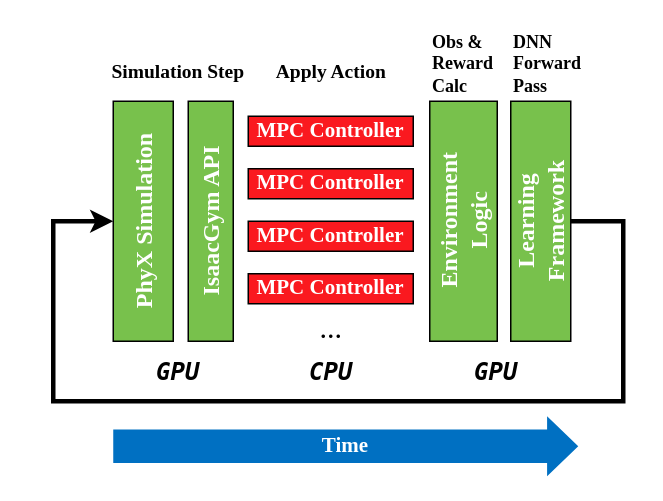
The draw.io diagram images/training_data_flow.drawio in silvery107/rl-mpc-locomotion, before the edit. Source tidied: cells renumbered, new cells numbered last; positions are measured from the earlier drawing's top-left corner, leaving out a move shared by most shapes. Both pictures are drawn from the tidied source at 150%, with x=0, y=0 at pixel (52, 26).
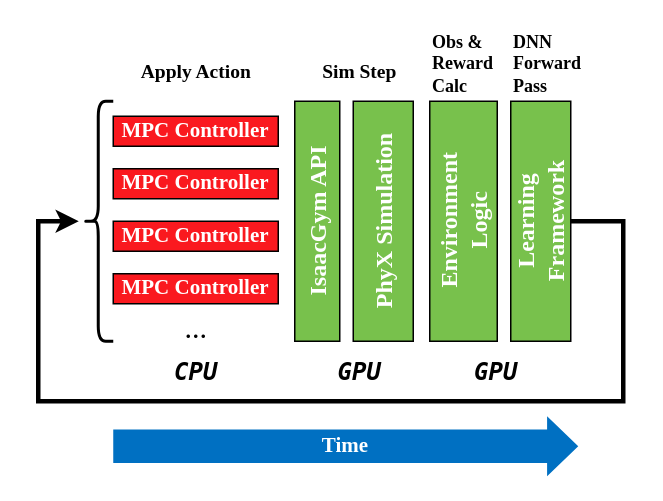
Above is the later version.

Unchanged cells that the change refers to:
```xml
<mxCell id="2" value="Learning&lt;br style=&quot;font-size: 16px;&quot;&gt;Framework" style="rounded=0;whiteSpace=wrap;html=1;fontFamily=Times New Roman;fontSize=16;fontStyle=1;fillColor=#78C14C;strokeWidth=1;sketch=0;fontColor=#FFFFFF;direction=south;horizontal=0;verticalAlign=middle;align=center;" parent="1" vertex="1">
  <mxGeometry x="305" y="50" width="40" height="160" as="geometry" />
</mxCell>
```

The edit, as a diff of the source:
```diff
@@
-    <mxCell id="3" style="edgeStyle=orthogonalEdgeStyle;rounded=0;sketch=0;html=1;entryX=0.5;entryY=1;entryDx=0;entryDy=0;fontColor=#000000;strokeWidth=3;exitX=0.5;exitY=0;exitDx=0;exitDy=0;" parent="1" edge="1" source="2" target="4">
+    <mxCell id="3" style="edgeStyle=orthogonalEdgeStyle;rounded=0;sketch=0;html=1;fontColor=#000000;strokeWidth=3;exitX=0.5;exitY=0;exitDx=0;exitDy=0;" parent="1" edge="1" source="2">
       <mxGeometry relative="1" as="geometry">
+        <mxPoint x="17" y="130" as="targetPoint" />
         <Array as="points">
           <mxPoint x="380" y="130" />
           <mxPoint x="380" y="250" />
-          <mxPoint y="250" />
-          <mxPoint y="130" />
+          <mxPoint x="-10" y="250" />
+          <mxPoint x="-10" y="130" />
         </Array>
       </mxGeometry>
     </mxCell>
     <mxCell id="4" value="PhyX Simulation" style="rounded=0;whiteSpace=wrap;html=1;fontFamily=Times New Roman;fontSize=16;fontStyle=1;fillColor=#78C14C;strokeWidth=1;sketch=0;fontColor=#FFFFFF;direction=south;horizontal=0;verticalAlign=middle;align=center;" parent="1" vertex="1">
-      <mxGeometry x="40" y="50" width="40" height="160" as="geometry" />
+      <mxGeometry x="200" y="50" width="40" height="160" as="geometry" />
     </mxCell>
     <mxCell id="5" value="MPC Controller" style="rounded=0;fontFamily=Times New Roman;fontSize=14;direction=south;horizontal=1;labelPosition=center;verticalLabelPosition=middle;align=center;verticalAlign=middle;fontStyle=1;whiteSpace=wrap;html=1;fillColor=#FA191F;sketch=0;fontColor=#FFFFFF;" parent="1" vertex="1">
-      <mxGeometry x="130" y="60" width="110" height="20" as="geometry" />
+      <mxGeometry x="40" y="60" width="110" height="20" as="geometry" />
     </mxCell>
     <mxCell id="6" value="IsaacGym API" style="rounded=0;whiteSpace=wrap;html=1;fontFamily=Times New Roman;fontSize=16;fontStyle=1;fillColor=#78C14C;strokeWidth=1;sketch=0;fontColor=#FFFFFF;direction=south;horizontal=0;verticalAlign=middle;align=center;" parent="1" vertex="1">
-      <mxGeometry x="90" y="50" width="30" height="160" as="geometry" />
+      <mxGeometry x="161" y="50" width="30" height="160" as="geometry" />
     </mxCell>
@@
     <mxCell id="8" value="..." style="text;html=1;align=center;verticalAlign=middle;strokeColor=none;fillColor=none;fontFamily=Times New Roman;fontSize=20;horizontal=1;sketch=0;fontColor=#000000;" parent="1" vertex="1">
-      <mxGeometry x="170" y="185" width="30" height="30" as="geometry" />
+      <mxGeometry x="80" y="185" width="30" height="30" as="geometry" />
     </mxCell>
     <mxCell id="9" value="CPU" style="text;html=1;align=center;verticalAlign=middle;strokeColor=none;fillColor=none;fontFamily=Lucida Console;fontSize=16;fontStyle=3;rounded=0;shadow=0;sketch=0;fontColor=#000000;" parent="1" vertex="1">
-      <mxGeometry x="165" y="220" width="40" height="20" as="geometry" />
+      <mxGeometry x="75" y="220" width="40" height="20" as="geometry" />
     </mxCell>
     <mxCell id="10" value="MPC Controller" style="rounded=0;fontFamily=Times New Roman;fontSize=14;direction=south;horizontal=1;labelPosition=center;verticalLabelPosition=middle;align=center;verticalAlign=middle;fontStyle=1;whiteSpace=wrap;html=1;fillColor=#FA191F;sketch=0;fontColor=#FFFFFF;" parent="1" vertex="1">
-      <mxGeometry x="130" y="95" width="110" height="20" as="geometry" />
+      <mxGeometry x="40" y="95" width="110" height="20" as="geometry" />
     </mxCell>
     <mxCell id="11" value="MPC Controller" style="rounded=0;fontFamily=Times New Roman;fontSize=14;direction=south;horizontal=1;labelPosition=center;verticalLabelPosition=middle;align=center;verticalAlign=middle;fontStyle=1;whiteSpace=wrap;html=1;fillColor=#FA191F;sketch=0;fontColor=#FFFFFF;" parent="1" vertex="1">
-      <mxGeometry x="130" y="130" width="110" height="20" as="geometry" />
+      <mxGeometry x="40" y="130" width="110" height="20" as="geometry" />
     </mxCell>
     <mxCell id="12" value="MPC Controller" style="rounded=0;fontFamily=Times New Roman;fontSize=14;direction=south;horizontal=1;labelPosition=center;verticalLabelPosition=middle;align=center;verticalAlign=middle;fontStyle=1;whiteSpace=wrap;html=1;fillColor=#FA191F;sketch=0;fontColor=#FFFFFF;" parent="1" vertex="1">
-      <mxGeometry x="130" y="165" width="110" height="20" as="geometry" />
+      <mxGeometry x="40" y="165" width="110" height="20" as="geometry" />
     </mxCell>
     <mxCell id="13" value="GPU" style="text;html=1;align=center;verticalAlign=middle;strokeColor=none;fillColor=none;fontFamily=Lucida Console;fontSize=16;fontStyle=3;horizontal=1;sketch=0;fontColor=#000000;" parent="1" vertex="1">
-      <mxGeometry x="58" y="220" width="50" height="20" as="geometry" />
+      <mxGeometry x="179" y="220" width="50" height="20" as="geometry" />
     </mxCell>
-    <mxCell id="14" value="Simulation Step" style="text;html=1;align=center;verticalAlign=middle;strokeColor=none;fillColor=none;fontSize=13;fontColor=#000000;fontFamily=Times New Roman;fontStyle=1;" parent="1" vertex="1">
-      <mxGeometry x="33" y="20" width="100" height="20" as="geometry" />
+    <mxCell id="14" value="Sim Step" style="text;html=1;align=center;verticalAlign=middle;strokeColor=none;fillColor=none;fontSize=13;fontColor=#000000;fontFamily=Times New Roman;fontStyle=1;" parent="1" vertex="1">
+      <mxGeometry x="174" y="20" width="60" height="20" as="geometry" />
     </mxCell>
@@
     <mxCell id="17" value="&lt;span style=&quot;font-weight: 700; font-size: 13px;&quot;&gt;Apply Action&lt;/span&gt;" style="text;html=1;align=center;verticalAlign=middle;strokeColor=none;fillColor=none;fontSize=13;fontFamily=Times New Roman;fontColor=#000000;" parent="1" vertex="1">
-      <mxGeometry x="140" y="20" width="90" height="20" as="geometry" />
+      <mxGeometry x="50" y="20" width="90" height="20" as="geometry" />
     </mxCell>
@@
+    <mxCell id="20" style="shape=curlyBracket;whiteSpace=wrap;html=1;rounded=1;strokeWidth=2;strokeColor=default;fillColor=none;sketch=0;" parent="1" vertex="1">
+      <mxGeometry x="20" y="50" width="20" height="160" as="geometry" />
+    </mxCell>
```
